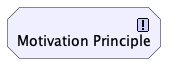
The PlantUML diagram doc/elements/motivation-principle.plantuml.png in SixArm/archimate-examples, before a commit.
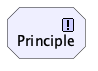
Later version of the same file.

Diff of the diagram source:
```diff
@@ -1,4 +1,4 @@
 @startuml
 !include <archimate/Archimate>
-Motivation_Principle(MP_01, "Motivation Principle")
+Motivation_Principle(Principle, "Principle")
 @enduml
```
